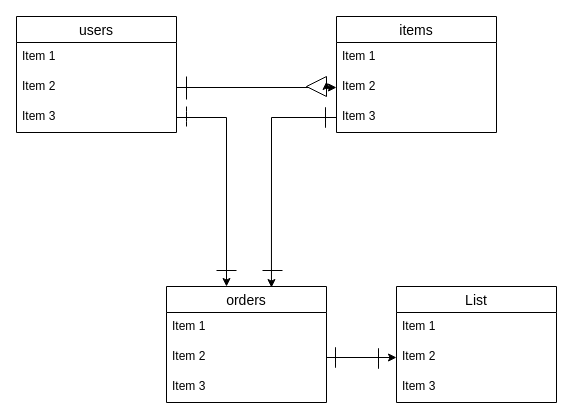
The draw.io diagram E-R.dio in Tomohiro-Kawakami-techcamp/furima-33039, before the edit. Source tidied: cells renumbered, new cells numbered last; positions are measured from the earlier drawing's top-left corner, leaving out a move shared by most shapes. Both pictures are drawn from the tidied source at 100%, with x=0, y=0 at pixel (16, 16).
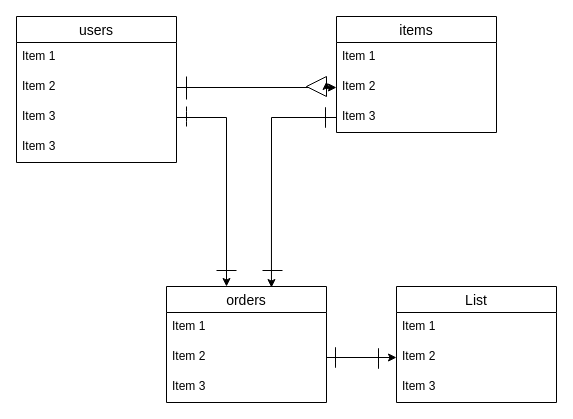
The same page after the edit.

The edit, as a diff of the source:
```diff
@@
     <mxCell id="2" value="users" style="swimlane;fontStyle=0;horizontal=1;startSize=26;align=center;fontSize=14;" parent="1" vertex="1">
-      <mxGeometry width="160" height="116" as="geometry" />
+      <mxGeometry width="160" height="146" as="geometry" />
     </mxCell>
@@
+    <mxCell id="31" value="Item 3" style="text;strokeColor=none;fillColor=none;spacingLeft=4;spacingRight=4;overflow=hidden;fontSize=12;" parent="2" vertex="1">
+      <mxGeometry y="116" width="160" height="30" as="geometry" />
+    </mxCell>
```
